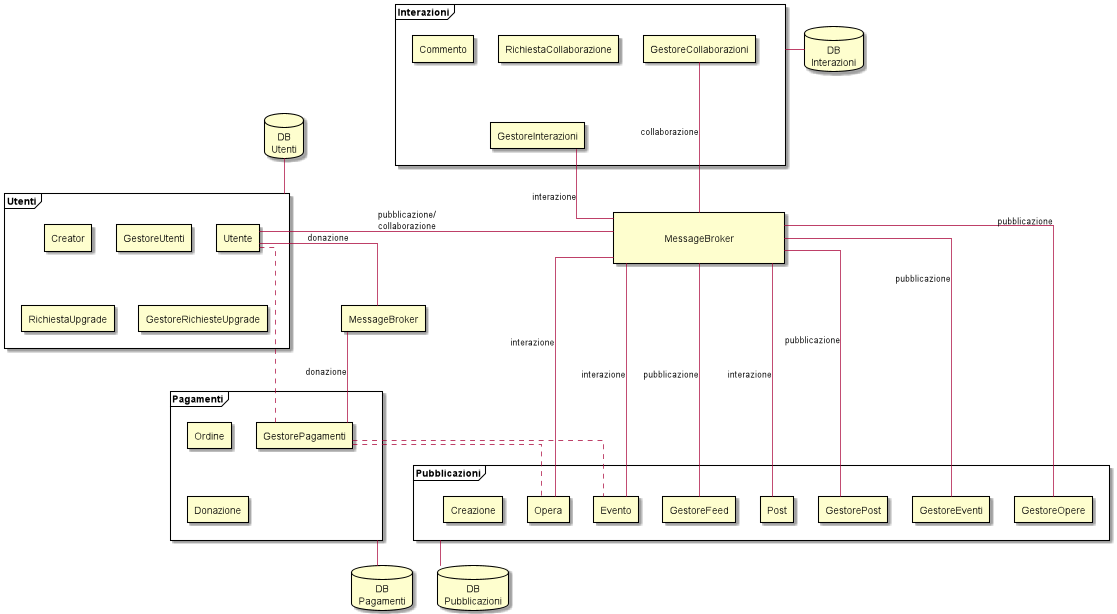
creative-hub-taass/analisi keeps this PlantUML diagram as design-pattern/design-pattern.png. Above is the earlier version.
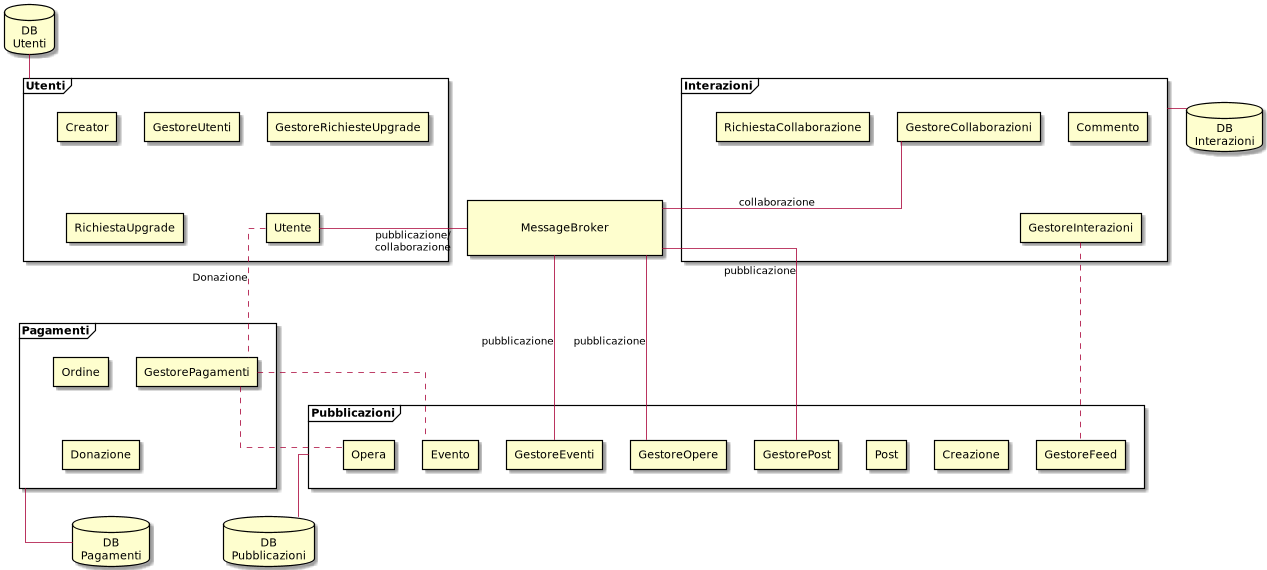
The same file after the commit.

Commit message:
Updated communication between microservice on design pattern

The edit, as a diff of the source:
```diff
@@ -47,32 +47,28 @@
 database "DB\nPagamenti" as dbpa
 
 rectangle "\nMessageBroker\n\t\t\t\t\t\t\t" as mb1
-rectangle "MessageBroker" as mb2
 
 fin -[hidden]down- mb1
 mb1 -[hidden]left- fut
 fpa -[hidden]up- fpu
 fut -[hidden]down- fpa
+dbpa -[hidden]right- dbpu
 
 fut -up- dbut
 fpu -down- dbpu
 fin -left- dbin
 fpa --down- dbpa
 
-mb1 -up- [GestoreInterazioni] : interazione
-mb1 --down- [Opera] : interazione
-mb1 --down- [Post] : interazione
-mb1 --down- [Evento] : interazione
-mb1 --down- [GestoreFeed] : pubblicazione
+mb1 -[hidden]up- [GestoreInterazioni]
 mb1 -right- [Utente] : pubblicazione/\ncollaborazione
+[GestoreRichiesteUpgrade] -[hidden]down- [Utente]
+[Ordine] -[hidden]up- [Utente]
+[GestoreRichiesteUpgrade] -[hidden]right- [RichiestaCollaborazione]
 
-mb2 --down- [GestorePagamenti] : donazione
-mb2 -up- [Utente] : donazione
-
-[GestorePagamenti] .up. [Utente]
+[GestorePagamenti] .up. [Utente] : Donazione
 [GestorePagamenti] .down. [Opera]
 [GestorePagamenti] .down. [Evento]
-
+[GestoreFeed] .up. [GestoreInterazioni]
 [GestoreCollaborazioni] -down- mb1 : collaborazione
 
 [GestoreOpere]  ---up- mb1 : pubblicazione
```
